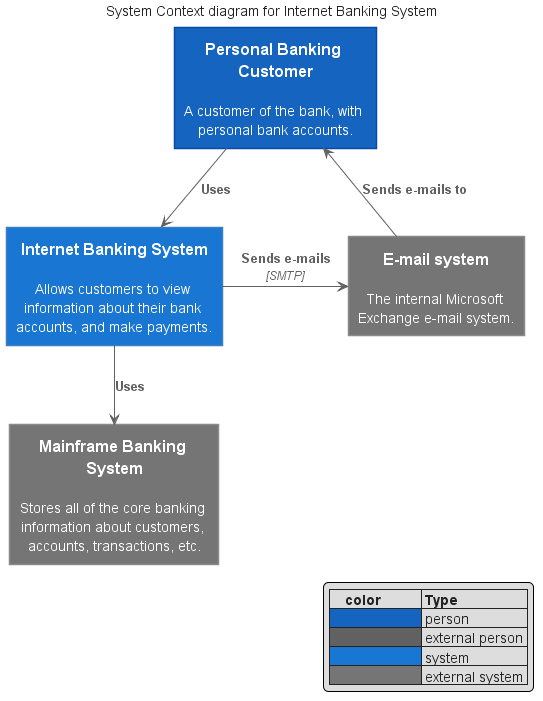
Earlier version of the PlantUML export dist/samples/c4-context-sample/system-context-diagram.png (xuanye/plantuml-style-c4). Its diagram source:
```plantuml
@startuml system-context-diagram

































skinparam wrapWidth 200
skinparam maxMessageSize 150
skinparam ComponentStyle uml2
skinparam Shadowing false

skinparam Default {
    FontColor #222222
    FontSize  14
    FontStyle plain
    Shadowing false
    TextAlignment center
}

skinparam Note {
    BackgroundColor #90A4AE
    BorderColor #90A4AE
    BorderThickness 1
    FontColor White
    Shadowing false
    TextAlignment left
}

skinparam Note<<quit>> {

    BackgroundColor #F9A825
    BorderColor #F9A825
}

skinparam Sequence {
    ActorBorderThickness 1
    LifeLineBorderColor GREEN
    ParticipantBorderThickness 0
    Shadowing false
    GroupBorderColor #444444
    GroupBackgroundColor #444444
}

skinparam Activity {

    StartColor #37A77C
    EndColor #F6363F
    AttributeFontColor white
    AttributeFontSize  15
    AttributeFontname  Droid Sans Mono

    BackgroundColor #BBDEFB
    BorderColor #90CAF9
    BorderThickness 1

    ArrowThickness 1


    BarColor   #0D47A1


    DiamondBackgroundColor   #FFE0B2
    DiamondBorderColor    #FFCC80


}

skinparam Class {
    BackgroundColor #E3F2FD
    BorderColor #64B5F6
    BorderThickness 1


    StereotypeFontColor #DD2C00
    StereotypeFontSize 1
}
skinparam Interface {
    BackgroundColor #E3F2FD
    BorderColor #424242
    FontSize 14


    StereotypeFontColor #DD2C00
    StereotypeFontSize 1
}

skinparam Participant {
    BackgroundColor #1565C0
    BorderColor #1565C0
    FontColor White
    Shadowing false
}

skinparam Actor {
    BackgroundColor #1565C0
    BorderColor #1565C0
    Shadowing false
}

skinparam UseCase {
    BackgroundColor #64B5F6
    BorderColor #64B5F6
    Shadowing false

    ArrowThickness 1
    ArrowColor #1565C0

    ActorBackgroundColor #1565C0
    ActorBorderColor #0D47A1
    ActorShadowing false

}


skinparam State {
    FontSize           17

    AttributeFontSize  14

    BackgroundColor    #BBDEFB
    BorderColor        #90CAF9
    StartColor #37A77C
    EndColor #F6363F
}

skinparam Partition {
    BorderColor #424242
    BorderStyle dashed

    BorderThickness 1
}

skinparam rectangle {
    StereotypeFontSize 12
    shadowing false
}

skinparam database {
    StereotypeFontSize 12
    shadowing false
}


skinparam rectangle<<usercase>> {
    Shadowing false
    StereotypeFontSize 0
    FontColor #424242
    BorderColor #424242
    BorderStyle dashed
}




















skinparam rectangle {
    StereotypeFontSize 12
    shadowing false
}

skinparam database {
    StereotypeFontSize 12
    shadowing false
}

skinparam Arrow {
    Color #616161
    FontColor #616161
    FontSize 12
}

skinparam rectangle<<boundary>> {
    Shadowing false
    StereotypeFontSize 0
    FontColor #424242
    BorderColor #424242
    BorderStyle dashed
}





















skinparam actor<<person>> {
  BorderColor #0D47A1
  BackgroundColor #1565C0
}

skinparam actor<<internal_person>> {
  BorderColor #424242
  BackgroundColor #616161
}




skinparam rectangle<<person>> {
    StereotypeFontColor #FFFFFF
    FontColor #FFFFFF
    BackgroundColor #1565C0
    BorderColor #0D47A1
}

skinparam rectangle<<external_person>> {
    StereotypeFontColor #FFFFFF
    FontColor #FFFFFF
    BackgroundColor #616161
    BorderColor #8A8A8A
}

skinparam rectangle<<system>> {
    StereotypeFontColor #FFFFFF
    FontColor #FFFFFF
    BackgroundColor #1976D2
    BorderColor #3C7FC0
}

skinparam rectangle<<external_system>> {
    StereotypeFontColor #FFFFFF
    FontColor #FFFFFF
    BackgroundColor #757575
    BorderColor #8A8A8A
}

skinparam database<<system>> {
    StereotypeFontColor #FFFFFF
    FontColor #FFFFFF
    BackgroundColor #1976D2
    BorderColor #3C7FC0
}

skinparam database<<external_system>> {
    StereotypeFontColor #FFFFFF
    FontColor #FFFFFF
    BackgroundColor #757575
    BorderColor #8A8A8A
}















hide stereotype
legend right
|=    color          |= Type |
|<#1565C0>      | person |
|<#616161>      | external person |
|<#1976D2>   | system |
|<#757575>      | external system |
endlegend

title System Context diagram for Internet Banking System

rectangle "==Personal Banking Customer\n\n A customer of the bank, with personal bank accounts." <<person>> as customer
rectangle "==Internet Banking System\n\n Allows customers to view information about their bank accounts, and make payments." <<system>> as banking_system

rectangle "==E-mail system\n\n The internal Microsoft Exchange e-mail system." <<external_system>> as mail_system
rectangle "==Mainframe Banking System\n\n Stores all of the core banking information about customers, accounts, transactions, etc." <<external_system>> as mainframe

customer --> banking_system : "===Uses"
customer <-- mail_system : "===Sends e-mails to"
banking_system -> mail_system : "===Sends e-mails\n//<size:12>[SMTP]</size>//"
banking_system --> mainframe : "===Uses"

@enduml
```
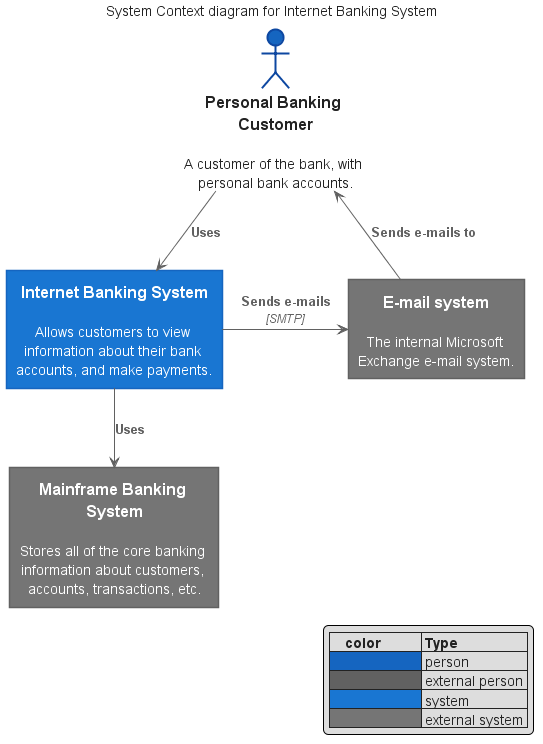
Later version of the same file.

What changed in the source:
```diff
@@ -1,4 +1,8 @@
 @startuml system-context-diagram
+
+
+
+
 
 
 
@@ -38,11 +42,14 @@
 skinparam Shadowing false
 
 skinparam Default {
+    FontName "'Input Mono','Microsoft YaHei Mono',Menlo, Monaco, 'Courier New', monospace"
     FontColor #222222
     FontSize  14
     FontStyle plain
     Shadowing false
     TextAlignment center
+    BackgroundColor #E3F2FD
+    BorderColor #424242
 }
 
 skinparam Note {
@@ -99,18 +106,23 @@
     BorderThickness 1
 
 
-    StereotypeFontColor #DD2C00
-    StereotypeFontSize 1
+    StereotypeFontColor #589DF6
+    StereotypeFontSize 14
 }
+
+
+
 skinparam Interface {
     BackgroundColor #E3F2FD
     BorderColor #424242
     FontSize 14
 
 
-    StereotypeFontColor #DD2C00
+    StereotypeFontColor #589DF6
     StereotypeFontSize 1
 }
+
+
 
 skinparam Participant {
     BackgroundColor #1565C0
@@ -129,7 +141,6 @@
     BackgroundColor #64B5F6
     BorderColor #64B5F6
     Shadowing false
-
     ArrowThickness 1
     ArrowColor #1565C0
 
@@ -168,6 +179,87 @@
     shadowing false
 }
 
+skinparam Queue {
+    BackgroundColor #E3F2FD
+    BorderColor #424242
+}
+skinparam Agent {
+    BackgroundColor #E3F2FD
+    BorderColor #424242
+}
+skinparam Artifact {
+    BackgroundColor #E3F2FD
+    BorderColor #424242
+}
+
+skinparam Boundary {
+    BackgroundColor #E3F2FD
+    BorderColor #424242
+}
+skinparam Card {
+    BackgroundColor #E3F2FD
+    BorderColor #424242
+}
+
+skinparam Cloud {
+    BackgroundColor #E3F2FD
+    BorderColor #424242
+}
+
+skinparam Component {
+    BackgroundColor #E3F2FD
+    BorderColor #424242
+}
+skinparam Control {
+    BackgroundColor #E3F2FD
+    BorderColor #424242
+}
+skinparam Database {
+    BackgroundColor #E3F2FD
+    BorderColor #424242
+}
+
+skinparam Entity {
+    BackgroundColor #E3F2FD
+    BorderColor #424242
+}
+skinparam File {
+    BackgroundColor #E3F2FD
+    BorderColor #424242
+}
+skinparam Folder {
+    BackgroundColor #E3F2FD
+    BorderColor #424242
+
+}
+skinparam Frame {
+    BackgroundColor #E3F2FD
+    BorderColor #424242
+}
+skinparam Node {
+    BackgroundColor #E3F2FD
+    BorderColor #424242
+}
+
+
+skinparam Package {
+    BackgroundColor #E3F2FD
+    BorderColor #424242
+}
+skinparam Stack {
+    BackgroundColor #E3F2FD
+    BorderColor #424242
+}
+
+skinparam Rectangle {
+    BackgroundColor #E3F2FD
+    BorderColor #424242
+}
+
+skinparam Storage {
+    BackgroundColor #E3F2FD
+    BorderColor #424242
+}
 
 skinparam rectangle<<usercase>> {
     Shadowing false
@@ -175,7 +267,28 @@
     FontColor #424242
     BorderColor #424242
     BorderStyle dashed
+    BackgroundColor White
 }
+
+
+
+
+
+
+
+
+
+
+
+
+
+
+
+
+
+
+
+
 
 
 
@@ -218,6 +331,7 @@
     FontColor #424242
     BorderColor #424242
     BorderStyle dashed
+    BackgroundColor White
 }
 
 
@@ -264,36 +378,37 @@
     StereotypeFontColor #FFFFFF
     FontColor #FFFFFF
     BackgroundColor #616161
-    BorderColor #8A8A8A
+    BorderColor #424242
 }
 
 skinparam rectangle<<system>> {
     StereotypeFontColor #FFFFFF
     FontColor #FFFFFF
     BackgroundColor #1976D2
-    BorderColor #3C7FC0
+    BorderColor #1565C0
 }
 
 skinparam rectangle<<external_system>> {
     StereotypeFontColor #FFFFFF
     FontColor #FFFFFF
     BackgroundColor #757575
-    BorderColor #8A8A8A
+    BorderColor #616161
 }
 
 skinparam database<<system>> {
     StereotypeFontColor #FFFFFF
     FontColor #FFFFFF
     BackgroundColor #1976D2
-    BorderColor #3C7FC0
+    BorderColor #1565C0
 }
 
 skinparam database<<external_system>> {
     StereotypeFontColor #FFFFFF
     FontColor #FFFFFF
     BackgroundColor #757575
-    BorderColor #8A8A8A
+    BorderColor #616161
 }
+
 
 
 
@@ -320,7 +435,7 @@
 
 title System Context diagram for Internet Banking System
 
-rectangle "==Personal Banking Customer\n\n A customer of the bank, with personal bank accounts." <<person>> as customer
+actor "==Personal Banking Customer\n\n A customer of the bank, with personal bank accounts." <<person>> as customer
 rectangle "==Internet Banking System\n\n Allows customers to view information about their bank accounts, and make payments." <<system>> as banking_system
 
 rectangle "==E-mail system\n\n The internal Microsoft Exchange e-mail system." <<external_system>> as mail_system
```
